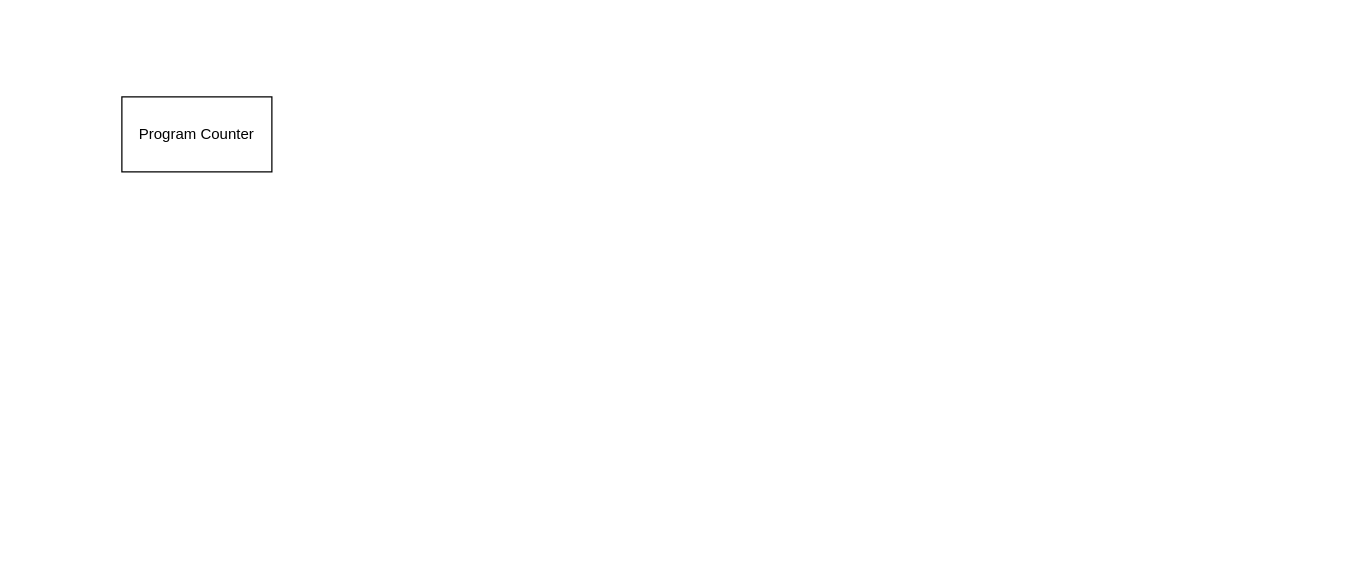
OceanOSdev/trashCPU keeps this draw.io diagram as diagrams/trashCPU.drawio. Above is the earlier version. Source tidied: cells renumbered, new cells numbered last; positions are measured from the earlier drawing's top-left corner, leaving out a move shared by most shapes. Both pictures are drawn from the tidied source at 125%, with x=0, y=0 at pixel (121, 96).
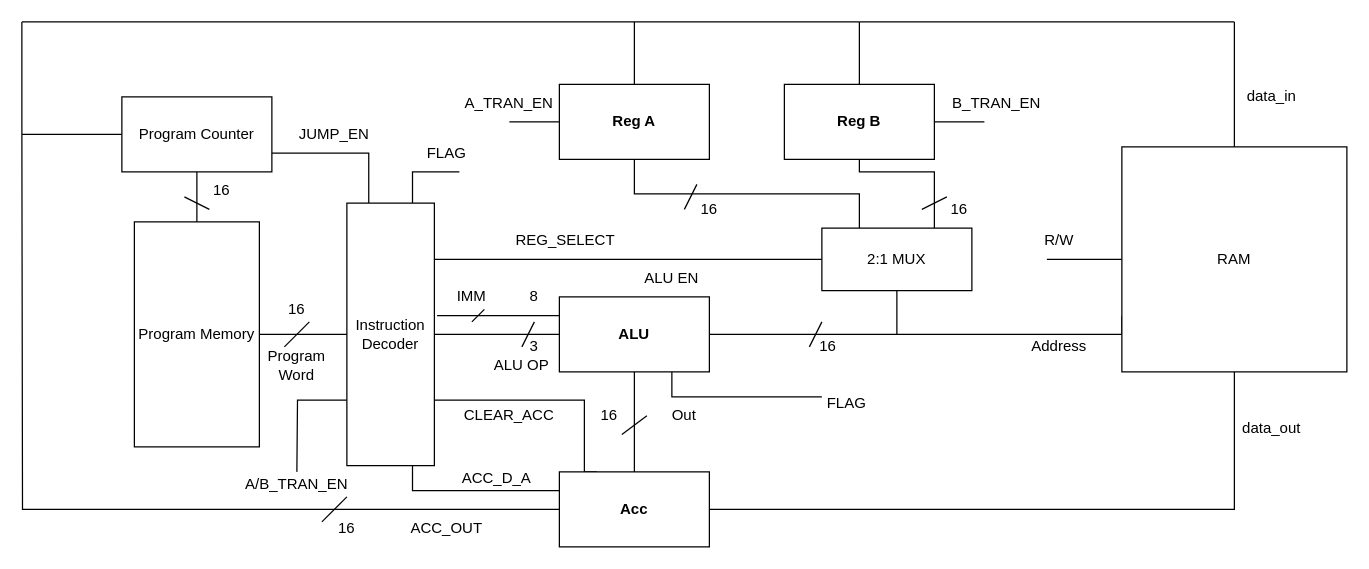
The same page after the edit.

The change refers to these unchanged cells:
```xml
<mxCell id="2" value="Program Counter" style="rounded=0;whiteSpace=wrap;html=1;" parent="1" vertex="1">
  <mxGeometry width="120" height="60" as="geometry" />
</mxCell>
```

Diff of the diagram source:
```diff
@@
+    <mxCell id="3" style="edgeStyle=orthogonalEdgeStyle;rounded=0;jettySize=auto;html=1;exitX=0.5;exitY=1;exitDx=0;exitDy=0;entryX=0.5;entryY=0;entryDx=0;entryDy=0;endArrow=none;endFill=0;" parent="1" edge="1" source="2" target="41">
+      <mxGeometry relative="1" as="geometry" />
+    </mxCell>
+    <mxCell id="4" style="edgeStyle=orthogonalEdgeStyle;rounded=0;jettySize=auto;html=1;exitX=0;exitY=0.5;exitDx=0;exitDy=0;endArrow=none;endFill=0;" parent="1" edge="1" source="2">
+      <mxGeometry relative="1" as="geometry">
+        <mxPoint x="-80" y="30" as="targetPoint" />
+      </mxGeometry>
+    </mxCell>
@@
+    <mxCell id="5" style="edgeStyle=orthogonalEdgeStyle;rounded=0;jettySize=auto;html=1;exitX=0.5;exitY=1;exitDx=0;exitDy=0;entryX=0.75;entryY=0;entryDx=0;entryDy=0;endArrow=none;endFill=0;" parent="1" edge="1" source="7" target="31">
+      <mxGeometry relative="1" as="geometry">
+        <Array as="points">
+          <mxPoint x="590" y="60" />
+          <mxPoint x="650" y="60" />
+        </Array>
+      </mxGeometry>
+    </mxCell>
+    <mxCell id="6" style="edgeStyle=orthogonalEdgeStyle;rounded=0;jettySize=auto;html=1;exitX=1;exitY=0.5;exitDx=0;exitDy=0;endArrow=none;endFill=0;" parent="1" edge="1" source="7">
+      <mxGeometry relative="1" as="geometry">
+        <mxPoint x="690" y="20" as="targetPoint" />
+      </mxGeometry>
+    </mxCell>
+    <mxCell id="7" value="Reg B" style="rounded=0;whiteSpace=wrap;html=1;fontStyle=1;" parent="1" vertex="1">
+      <mxGeometry x="530" y="-10" width="120" height="60" as="geometry" />
+    </mxCell>
+    <mxCell id="8" style="edgeStyle=orthogonalEdgeStyle;rounded=0;jettySize=auto;html=1;exitX=0.5;exitY=1;exitDx=0;exitDy=0;entryX=0.25;entryY=0;entryDx=0;entryDy=0;endArrow=none;endFill=0;" parent="1" edge="1" source="9" target="31">
+      <mxGeometry relative="1" as="geometry" />
+    </mxCell>
+    <mxCell id="9" value="Reg A" style="rounded=0;whiteSpace=wrap;html=1;fontStyle=1;" parent="1" vertex="1">
+      <mxGeometry x="350" y="-10" width="120" height="60" as="geometry" />
+    </mxCell>
+    <mxCell id="10" style="edgeStyle=orthogonalEdgeStyle;rounded=0;jettySize=auto;html=1;exitX=0;exitY=0.5;exitDx=0;exitDy=0;endArrow=none;endFill=0;" parent="1" edge="1" source="12">
+      <mxGeometry relative="1" as="geometry">
+        <mxPoint x="-80" y="30" as="targetPoint" />
+      </mxGeometry>
+    </mxCell>
+    <mxCell id="11" style="edgeStyle=orthogonalEdgeStyle;rounded=0;jettySize=auto;html=1;exitX=0.25;exitY=0;exitDx=0;exitDy=0;entryX=1;entryY=0.75;entryDx=0;entryDy=0;endArrow=none;endFill=0;" parent="1" edge="1" source="12" target="29">
+      <mxGeometry relative="1" as="geometry">
+        <Array as="points">
+          <mxPoint x="370" y="300" />
+          <mxPoint x="370" y="243" />
+        </Array>
+      </mxGeometry>
+    </mxCell>
+    <mxCell id="12" value="Acc" style="rounded=0;whiteSpace=wrap;html=1;fontStyle=1;" parent="1" vertex="1">
+      <mxGeometry x="350" y="300" width="120" height="60" as="geometry" />
+    </mxCell>
+    <mxCell id="13" style="edgeStyle=orthogonalEdgeStyle;rounded=0;jettySize=auto;html=1;exitX=0.5;exitY=1;exitDx=0;exitDy=0;entryX=0.5;entryY=0;entryDx=0;entryDy=0;endArrow=none;endFill=0;" parent="1" edge="1" source="16" target="12">
+      <mxGeometry relative="1" as="geometry" />
+    </mxCell>
+    <mxCell id="14" style="edgeStyle=orthogonalEdgeStyle;rounded=0;jettySize=auto;html=1;exitX=0.5;exitY=0;exitDx=0;exitDy=0;entryX=1;entryY=0.25;entryDx=0;entryDy=0;strokeColor=none;" parent="1" edge="1" source="16" target="29">
+      <mxGeometry relative="1" as="geometry">
+        <Array as="points">
+          <mxPoint x="410" y="140" />
+          <mxPoint x="260" y="140" />
+        </Array>
+      </mxGeometry>
+    </mxCell>
+    <mxCell id="15" style="edgeStyle=orthogonalEdgeStyle;rounded=0;jettySize=auto;html=1;exitX=0;exitY=0.25;exitDx=0;exitDy=0;entryX=1.031;entryY=0.429;entryDx=0;entryDy=0;entryPerimeter=0;endArrow=none;endFill=0;" parent="1" edge="1" source="16" target="29">
+      <mxGeometry relative="1" as="geometry" />
+    </mxCell>
+    <mxCell id="16" value="ALU" style="rounded=0;whiteSpace=wrap;html=1;fontStyle=1;" parent="1" vertex="1">
+      <mxGeometry x="350" y="160" width="120" height="60" as="geometry" />
+    </mxCell>
+    <mxCell id="17" value="Out" style="text;html=1;strokeColor=none;fillColor=none;align=center;verticalAlign=middle;whiteSpace=wrap;rounded=0;" parent="1" vertex="1">
+      <mxGeometry x="420" y="240" width="60" height="30" as="geometry" />
+    </mxCell>
+    <mxCell id="18" style="endArrow=none;html=1;rounded=0;exitX=0;exitY=0.5;exitDx=0;exitDy=0;" parent="1" edge="1" source="17">
+      <mxGeometry relative="1" as="geometry">
+        <mxPoint x="400" y="270" as="targetPoint" />
+      </mxGeometry>
+    </mxCell>
+    <mxCell id="19" value="16" style="text;html=1;strokeColor=none;fillColor=none;align=center;verticalAlign=middle;whiteSpace=wrap;rounded=0;" parent="1" vertex="1">
+      <mxGeometry x="360" y="240" width="60" height="30" as="geometry" />
+    </mxCell>
+    <mxCell id="20" style="endArrow=none;html=1;rounded=0;entryX=0;entryY=0.5;entryDx=0;entryDy=0;exitX=1;exitY=0.5;exitDx=0;exitDy=0;" parent="1" edge="1" source="29" target="16">
+      <mxGeometry relative="1" as="geometry" />
+    </mxCell>
+    <mxCell id="21" style="endArrow=none;html=1;rounded=0;" parent="1" edge="1">
+      <mxGeometry relative="1" as="geometry">
+        <mxPoint x="320" y="200" as="sourcePoint" />
+        <mxPoint x="330" y="180" as="targetPoint" />
+      </mxGeometry>
+    </mxCell>
+    <mxCell id="22" value="3" style="text;html=1;strokeColor=none;fillColor=none;align=center;verticalAlign=middle;whiteSpace=wrap;rounded=0;" parent="1" vertex="1">
+      <mxGeometry x="310" y="190" width="40" height="20" as="geometry" />
+    </mxCell>
+    <mxCell id="23" value="ALU OP" style="text;html=1;strokeColor=none;fillColor=none;align=center;verticalAlign=middle;whiteSpace=wrap;rounded=0;" parent="1" vertex="1">
+      <mxGeometry x="290" y="200" width="60" height="30" as="geometry" />
+    </mxCell>
+    <mxCell id="24" style="edgeStyle=orthogonalEdgeStyle;rounded=0;jettySize=auto;html=1;exitX=1;exitY=0.25;exitDx=0;exitDy=0;entryX=0;entryY=0.5;entryDx=0;entryDy=0;endArrow=none;endFill=0;" parent="1" edge="1" source="29" target="31">
+      <mxGeometry relative="1" as="geometry">
+        <Array as="points">
+          <mxPoint x="250" y="130" />
+        </Array>
+      </mxGeometry>
+    </mxCell>
+    <mxCell id="25" style="edgeStyle=orthogonalEdgeStyle;rounded=0;jettySize=auto;html=1;exitX=0.25;exitY=0;exitDx=0;exitDy=0;entryX=1;entryY=0.75;entryDx=0;entryDy=0;endArrow=none;endFill=0;" parent="1" edge="1" source="29" target="2">
+      <mxGeometry relative="1" as="geometry" />
+    </mxCell>
+    <mxCell id="26" style="edgeStyle=orthogonalEdgeStyle;rounded=0;jettySize=auto;html=1;exitX=0.75;exitY=0;exitDx=0;exitDy=0;endArrow=none;endFill=0;" parent="1" edge="1" source="29">
+      <mxGeometry relative="1" as="geometry">
+        <mxPoint x="270" y="60" as="targetPoint" />
+        <Array as="points">
+          <mxPoint x="233" y="60" />
+        </Array>
+      </mxGeometry>
+    </mxCell>
+    <mxCell id="27" style="edgeStyle=orthogonalEdgeStyle;rounded=0;jettySize=auto;html=1;exitX=0;exitY=0.75;exitDx=0;exitDy=0;endArrow=none;endFill=0;" parent="1" edge="1" source="29">
+      <mxGeometry relative="1" as="geometry">
+        <mxPoint x="140" y="300" as="targetPoint" />
+      </mxGeometry>
+    </mxCell>
+    <mxCell id="28" style="edgeStyle=orthogonalEdgeStyle;rounded=0;jettySize=auto;html=1;exitX=0.75;exitY=1;exitDx=0;exitDy=0;endArrow=none;endFill=0;entryX=0;entryY=0.25;entryDx=0;entryDy=0;" parent="1" edge="1" source="29" target="12">
+      <mxGeometry relative="1" as="geometry">
+        <Array as="points">
+          <mxPoint x="233" y="315" />
+        </Array>
+      </mxGeometry>
+    </mxCell>
+    <mxCell id="29" value="Instruction Decoder" style="whiteSpace=wrap;html=1;" parent="1" vertex="1">
+      <mxGeometry x="180" y="85" width="70" height="210" as="geometry" />
+    </mxCell>
+    <mxCell id="30" value="ALU EN" style="text;html=1;strokeColor=none;fillColor=none;align=center;verticalAlign=middle;whiteSpace=wrap;rounded=0;" parent="1" vertex="1">
+      <mxGeometry x="410" y="130" width="60" height="30" as="geometry" />
+    </mxCell>
+    <mxCell id="31" value="2:1 MUX" style="rounded=0;whiteSpace=wrap;html=1;" parent="1" vertex="1">
+      <mxGeometry x="560" y="105" width="120" height="50" as="geometry" />
+    </mxCell>
+    <mxCell id="32" style="endArrow=none;html=1;rounded=0;exitX=1;exitY=0.5;exitDx=0;exitDy=0;" parent="1" edge="1" source="16" target="31">
+      <mxGeometry relative="1" as="geometry">
+        <Array as="points">
+          <mxPoint x="620" y="190" />
+        </Array>
+      </mxGeometry>
+    </mxCell>
+    <mxCell id="33" style="endArrow=none;html=1;rounded=0;" parent="1" edge="1">
+      <mxGeometry relative="1" as="geometry">
+        <mxPoint x="550" y="200" as="sourcePoint" />
+        <mxPoint x="560" y="180" as="targetPoint" />
+      </mxGeometry>
+    </mxCell>
+    <mxCell id="34" value="16" style="text;html=1;strokeColor=none;fillColor=none;align=center;verticalAlign=middle;whiteSpace=wrap;rounded=0;" parent="1" vertex="1">
+      <mxGeometry x="550" y="190" width="30" height="20" as="geometry" />
+    </mxCell>
+    <mxCell id="35" value="REG_SELECT" style="text;html=1;strokeColor=none;fillColor=none;align=center;verticalAlign=middle;whiteSpace=wrap;rounded=0;" parent="1" vertex="1">
+      <mxGeometry x="300" y="100" width="110" height="30" as="geometry" />
+    </mxCell>
+    <mxCell id="36" style="endArrow=none;html=1;rounded=0;" parent="1" edge="1">
+      <mxGeometry relative="1" as="geometry">
+        <mxPoint x="450" y="90" as="sourcePoint" />
+        <mxPoint x="460" y="70" as="targetPoint" />
+      </mxGeometry>
+    </mxCell>
+    <mxCell id="37" value="16" style="text;html=1;strokeColor=none;fillColor=none;align=center;verticalAlign=middle;whiteSpace=wrap;rounded=0;" parent="1" vertex="1">
+      <mxGeometry x="440" y="75" width="60" height="30" as="geometry" />
+    </mxCell>
+    <mxCell id="38" style="endArrow=none;html=1;rounded=0;" parent="1" edge="1">
+      <mxGeometry relative="1" as="geometry">
+        <mxPoint x="640" y="90" as="sourcePoint" />
+        <mxPoint x="660" y="80" as="targetPoint" />
+      </mxGeometry>
+    </mxCell>
+    <mxCell id="39" value="16" style="text;html=1;strokeColor=none;fillColor=none;align=center;verticalAlign=middle;whiteSpace=wrap;rounded=0;" parent="1" vertex="1">
+      <mxGeometry x="640" y="75" width="60" height="30" as="geometry" />
+    </mxCell>
+    <mxCell id="40" style="edgeStyle=orthogonalEdgeStyle;rounded=0;jettySize=auto;html=1;exitX=1;exitY=0.5;exitDx=0;exitDy=0;entryX=0;entryY=0.5;entryDx=0;entryDy=0;endArrow=none;endFill=0;" parent="1" edge="1" source="41" target="29">
+      <mxGeometry relative="1" as="geometry" />
+    </mxCell>
+    <mxCell id="41" value="Program Memory" style="rounded=0;whiteSpace=wrap;html=1;" parent="1" vertex="1">
+      <mxGeometry x="10" y="100" width="100" height="180" as="geometry" />
+    </mxCell>
+    <mxCell id="42" style="endArrow=none;html=1;rounded=0;exitX=0.75;exitY=1;exitDx=0;exitDy=0;" parent="1" edge="1" source="16">
+      <mxGeometry relative="1" as="geometry">
+        <mxPoint x="560" y="240" as="targetPoint" />
+        <Array as="points">
+          <mxPoint x="440" y="230" />
+          <mxPoint x="440" y="240" />
+        </Array>
+      </mxGeometry>
+    </mxCell>
+    <mxCell id="43" value="FLAG" style="text;html=1;strokeColor=none;fillColor=none;align=center;verticalAlign=middle;whiteSpace=wrap;rounded=0;" parent="1" vertex="1">
+      <mxGeometry x="550" y="230" width="60" height="30" as="geometry" />
+    </mxCell>
+    <mxCell id="44" value="16" style="text;html=1;strokeColor=none;fillColor=none;align=center;verticalAlign=middle;whiteSpace=wrap;rounded=0;" parent="1" vertex="1">
+      <mxGeometry x="50" y="60" width="60" height="30" as="geometry" />
+    </mxCell>
+    <mxCell id="45" style="endArrow=none;html=1;rounded=0;" parent="1" edge="1">
+      <mxGeometry relative="1" as="geometry">
+        <mxPoint x="70" y="90" as="sourcePoint" />
+        <mxPoint x="50" y="80" as="targetPoint" />
+      </mxGeometry>
+    </mxCell>
+    <mxCell id="46" style="endArrow=none;html=1;rounded=0;" parent="1" edge="1">
+      <mxGeometry relative="1" as="geometry">
+        <mxPoint x="130" y="200" as="sourcePoint" />
+        <mxPoint x="150" y="180" as="targetPoint" />
+      </mxGeometry>
+    </mxCell>
+    <mxCell id="47" value="16" style="text;html=1;strokeColor=none;fillColor=none;align=center;verticalAlign=middle;whiteSpace=wrap;rounded=0;" parent="1" vertex="1">
+      <mxGeometry x="110" y="155" width="60" height="30" as="geometry" />
+    </mxCell>
+    <mxCell id="48" value="Program Word" style="text;html=1;strokeColor=none;fillColor=none;align=center;verticalAlign=middle;whiteSpace=wrap;rounded=0;" parent="1" vertex="1">
+      <mxGeometry x="110" y="200" width="60" height="30" as="geometry" />
+    </mxCell>
+    <mxCell id="49" style="endArrow=none;html=1;rounded=0;" parent="1" edge="1">
+      <mxGeometry relative="1" as="geometry">
+        <mxPoint x="160" y="340" as="sourcePoint" />
+        <mxPoint x="180" y="320" as="targetPoint" />
+      </mxGeometry>
+    </mxCell>
+    <mxCell id="50" value="ACC_OUT" style="text;html=1;strokeColor=none;fillColor=none;align=center;verticalAlign=middle;whiteSpace=wrap;rounded=0;" parent="1" vertex="1">
+      <mxGeometry x="230" y="330" width="60" height="30" as="geometry" />
+    </mxCell>
+    <mxCell id="51" value="&lt;div&gt;16&lt;/div&gt;" style="text;html=1;strokeColor=none;fillColor=none;align=center;verticalAlign=middle;whiteSpace=wrap;rounded=0;" parent="1" vertex="1">
+      <mxGeometry x="150" y="330" width="60" height="30" as="geometry" />
+    </mxCell>
+    <mxCell id="52" style="endArrow=none;html=1;rounded=0;" parent="1" edge="1">
+      <mxGeometry relative="1" as="geometry">
+        <mxPoint x="-80" y="30" as="sourcePoint" />
+        <mxPoint x="-80" y="-60" as="targetPoint" />
+      </mxGeometry>
+    </mxCell>
+    <mxCell id="53" style="endArrow=none;html=1;rounded=0;" parent="1" edge="1">
+      <mxGeometry relative="1" as="geometry">
+        <mxPoint x="-80" y="-60" as="sourcePoint" />
+        <mxPoint x="590" y="-60" as="targetPoint" />
+      </mxGeometry>
+    </mxCell>
+    <mxCell id="54" style="endArrow=none;html=1;rounded=0;exitX=0.5;exitY=0;exitDx=0;exitDy=0;" parent="1" edge="1" source="9">
+      <mxGeometry relative="1" as="geometry">
+        <mxPoint x="410" y="-60" as="targetPoint" />
+      </mxGeometry>
+    </mxCell>
+    <mxCell id="55" style="endArrow=none;html=1;rounded=0;exitX=0.5;exitY=0;exitDx=0;exitDy=0;" parent="1" edge="1" source="7">
+      <mxGeometry relative="1" as="geometry">
+        <mxPoint x="590" y="-60" as="targetPoint" />
+      </mxGeometry>
+    </mxCell>
+    <mxCell id="56" value="CLEAR_ACC" style="text;html=1;strokeColor=none;fillColor=none;align=center;verticalAlign=middle;whiteSpace=wrap;rounded=0;" parent="1" vertex="1">
+      <mxGeometry x="280" y="240" width="60" height="30" as="geometry" />
+    </mxCell>
+    <mxCell id="57" value="FLAG" style="text;html=1;strokeColor=none;fillColor=none;align=center;verticalAlign=middle;whiteSpace=wrap;rounded=0;" parent="1" vertex="1">
+      <mxGeometry x="230" y="30" width="60" height="30" as="geometry" />
+    </mxCell>
+    <mxCell id="58" value="JUMP_EN" style="text;html=1;strokeColor=none;fillColor=none;align=center;verticalAlign=middle;whiteSpace=wrap;rounded=0;" parent="1" vertex="1">
+      <mxGeometry x="140" y="15" width="60" height="30" as="geometry" />
+    </mxCell>
+    <mxCell id="59" style="endArrow=none;html=1;rounded=0;" parent="1" edge="1">
+      <mxGeometry relative="1" as="geometry">
+        <mxPoint x="280" y="180" as="sourcePoint" />
+        <mxPoint x="290" y="170" as="targetPoint" />
+      </mxGeometry>
+    </mxCell>
+    <mxCell id="60" value="8" style="text;html=1;strokeColor=none;fillColor=none;align=center;verticalAlign=middle;whiteSpace=wrap;rounded=0;" parent="1" vertex="1">
+      <mxGeometry x="315" y="150" width="30" height="20" as="geometry" />
+    </mxCell>
+    <mxCell id="61" value="IMM" style="text;html=1;strokeColor=none;fillColor=none;align=center;verticalAlign=middle;whiteSpace=wrap;rounded=0;" parent="1" vertex="1">
+      <mxGeometry x="250" y="145" width="60" height="30" as="geometry" />
+    </mxCell>
+    <mxCell id="62" style="edgeStyle=orthogonalEdgeStyle;rounded=0;jettySize=auto;html=1;exitX=0;exitY=0.75;exitDx=0;exitDy=0;endArrow=none;endFill=0;" parent="1" edge="1" source="65">
+      <mxGeometry relative="1" as="geometry">
+        <mxPoint x="620" y="190" as="targetPoint" />
+        <Array as="points">
+          <mxPoint x="800" y="190" />
+        </Array>
+      </mxGeometry>
+    </mxCell>
+    <mxCell id="63" style="edgeStyle=orthogonalEdgeStyle;rounded=0;jettySize=auto;html=1;exitX=0.5;exitY=1;exitDx=0;exitDy=0;entryX=1;entryY=0.5;entryDx=0;entryDy=0;endArrow=none;endFill=0;" parent="1" edge="1" source="65" target="12">
+      <mxGeometry relative="1" as="geometry" />
+    </mxCell>
+    <mxCell id="64" style="edgeStyle=orthogonalEdgeStyle;rounded=0;jettySize=auto;html=1;exitX=0;exitY=0.5;exitDx=0;exitDy=0;endArrow=none;endFill=0;" parent="1" edge="1" source="65">
+      <mxGeometry relative="1" as="geometry">
+        <mxPoint x="740" y="130" as="targetPoint" />
+      </mxGeometry>
+    </mxCell>
+    <mxCell id="65" value="RAM" style="whiteSpace=wrap;html=1;" parent="1" vertex="1">
+      <mxGeometry x="800" y="40" width="180" height="180" as="geometry" />
+    </mxCell>
+    <mxCell id="66" value="Address" style="text;html=1;strokeColor=none;fillColor=none;align=center;verticalAlign=middle;whiteSpace=wrap;rounded=0;" parent="1" vertex="1">
+      <mxGeometry x="720" y="185" width="60" height="30" as="geometry" />
+    </mxCell>
+    <mxCell id="67" style="endArrow=none;html=1;rounded=0;" parent="1" edge="1">
+      <mxGeometry relative="1" as="geometry">
+        <mxPoint x="590" y="-60" as="sourcePoint" />
+        <mxPoint x="890" y="-60" as="targetPoint" />
+      </mxGeometry>
+    </mxCell>
+    <mxCell id="68" style="endArrow=none;html=1;rounded=0;exitX=0.5;exitY=0;exitDx=0;exitDy=0;" parent="1" edge="1" source="65">
+      <mxGeometry relative="1" as="geometry">
+        <mxPoint x="890" y="-60" as="targetPoint" />
+      </mxGeometry>
+    </mxCell>
+    <mxCell id="69" value="data_in" style="text;html=1;strokeColor=none;fillColor=none;align=center;verticalAlign=middle;whiteSpace=wrap;rounded=0;" parent="1" vertex="1">
+      <mxGeometry x="890" y="-15" width="60" height="30" as="geometry" />
+    </mxCell>
+    <mxCell id="70" style="endArrow=none;html=1;rounded=0;entryX=0;entryY=0.5;entryDx=0;entryDy=0;" parent="1" edge="1" target="9">
+      <mxGeometry relative="1" as="geometry">
+        <mxPoint x="310" y="20" as="sourcePoint" />
+      </mxGeometry>
+    </mxCell>
+    <mxCell id="71" value="A_TRAN_EN" style="text;html=1;strokeColor=none;fillColor=none;align=center;verticalAlign=middle;whiteSpace=wrap;rounded=0;" parent="1" vertex="1">
+      <mxGeometry x="280" y="-10" width="60" height="30" as="geometry" />
+    </mxCell>
+    <mxCell id="72" value="B_TRAN_EN" style="text;html=1;strokeColor=none;fillColor=none;align=center;verticalAlign=middle;whiteSpace=wrap;rounded=0;" parent="1" vertex="1">
+      <mxGeometry x="670" y="-10" width="60" height="30" as="geometry" />
+    </mxCell>
+    <mxCell id="73" value="A/B_TRAN_EN" style="text;html=1;strokeColor=none;fillColor=none;align=center;verticalAlign=middle;whiteSpace=wrap;rounded=0;" parent="1" vertex="1">
+      <mxGeometry x="110" y="295" width="60" height="30" as="geometry" />
+    </mxCell>
+    <mxCell id="74" value="data_out" style="text;html=1;strokeColor=none;fillColor=none;align=center;verticalAlign=middle;whiteSpace=wrap;rounded=0;" parent="1" vertex="1">
+      <mxGeometry x="890" y="250" width="60" height="30" as="geometry" />
+    </mxCell>
+    <mxCell id="75" value="ACC_D_A" style="text;html=1;strokeColor=none;fillColor=none;align=center;verticalAlign=middle;whiteSpace=wrap;rounded=0;" parent="1" vertex="1">
+      <mxGeometry x="270" y="290" width="60" height="30" as="geometry" />
+    </mxCell>
+    <mxCell id="76" value="R/W" style="text;html=1;strokeColor=none;fillColor=none;align=center;verticalAlign=middle;whiteSpace=wrap;rounded=0;" parent="1" vertex="1">
+      <mxGeometry x="720" y="100" width="60" height="30" as="geometry" />
+    </mxCell>
```
